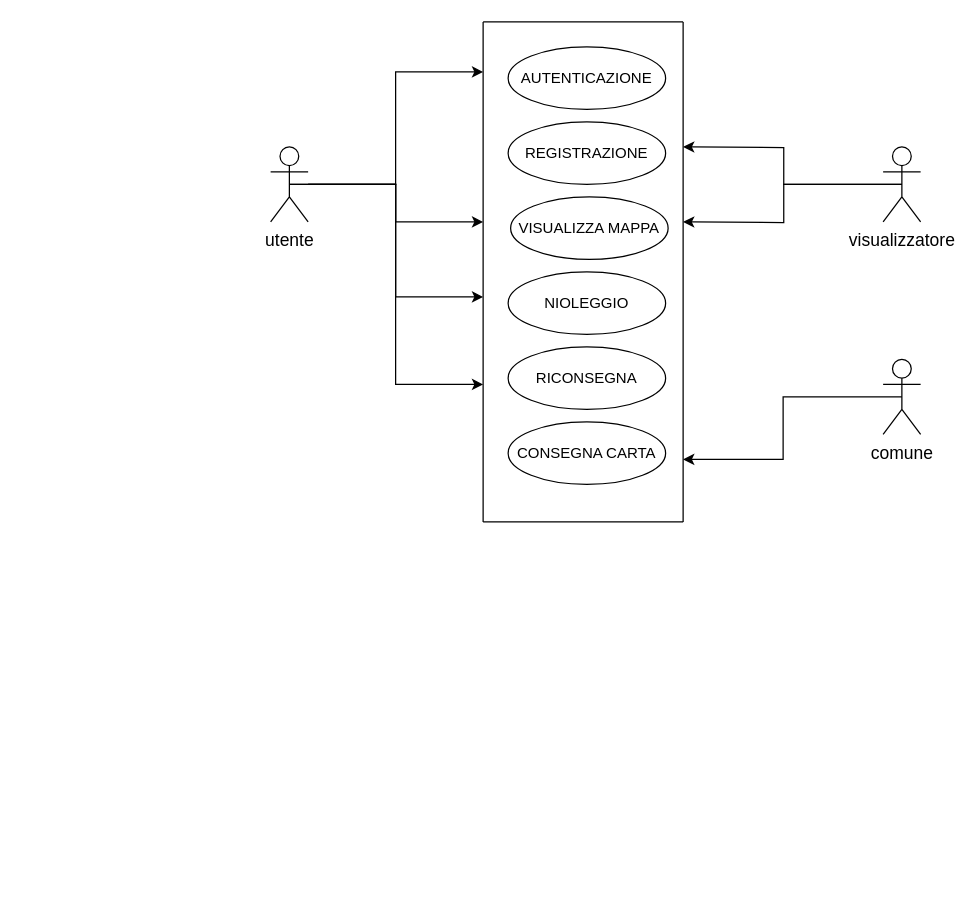
lucabertiato/SimulazioneEsameInfo keeps this draw.io diagram as use_case.drawio. Above is the earlier version. Source tidied: cells renumbered, new cells numbered last; positions are measured from the earlier drawing's top-left corner, leaving out a move shared by most shapes. Both pictures are drawn from the tidied source at 125%, with x=0, y=0 at pixel (270, 21).
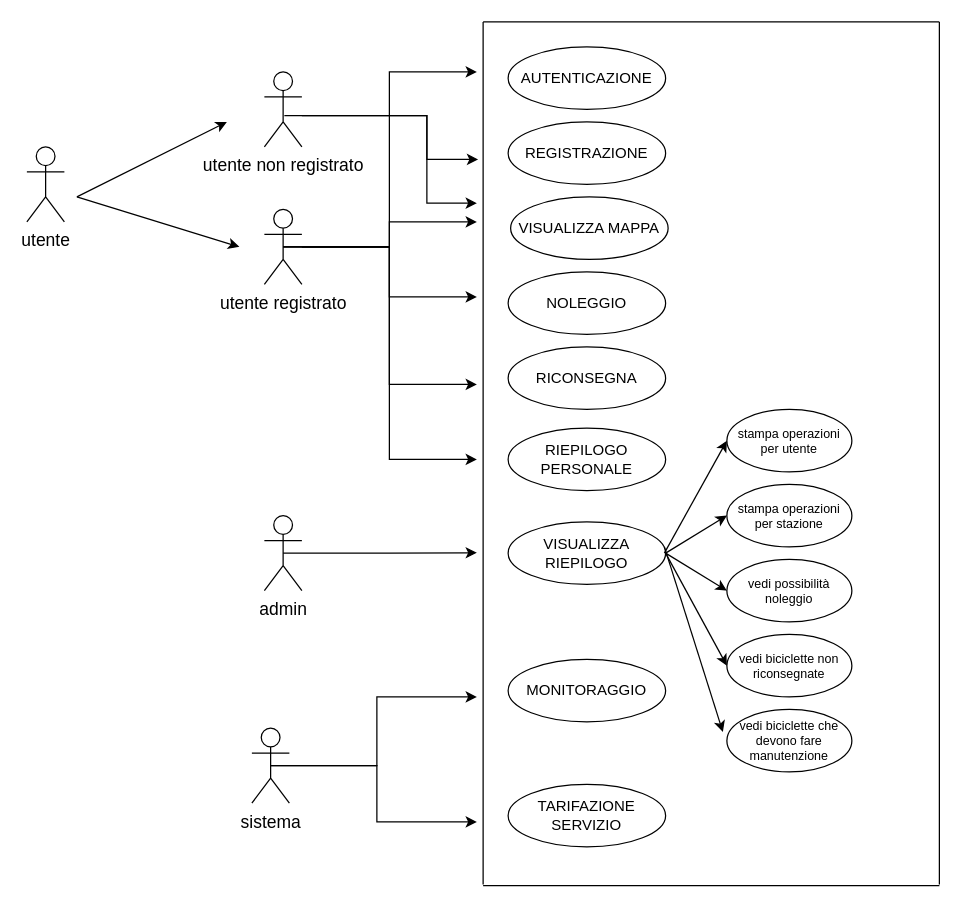
The same diagram, later.

Commit message (it also covers changes not shown here):
Aggiornamento casi d'uso

What changed in the source:
```diff
@@
-    <mxCell id="2" value="utente" style="shape=umlActor;verticalLabelPosition=bottom;verticalAlign=top;html=1;outlineConnect=0;fontSize=14;" parent="1" vertex="1">
-      <mxGeometry y="100" width="30" height="60" as="geometry" />
+    <mxCell id="2" value="utente registrato" style="shape=umlActor;verticalLabelPosition=bottom;verticalAlign=top;html=1;outlineConnect=0;fontSize=14;" parent="1" vertex="1">
+      <mxGeometry x="-5" y="150" width="30" height="60" as="geometry" />
     </mxCell>
-    <mxCell id="3" style="edgeStyle=orthogonalEdgeStyle;rounded=0;jettySize=auto;html=1;exitX=0.5;exitY=0.5;exitDx=0;exitDy=0;exitPerimeter=0;" parent="1" edge="1" source="5">
-      <mxGeometry relative="1" as="geometry">
-        <mxPoint x="330" y="100" as="targetPoint" />
-      </mxGeometry>
-    </mxCell>
-    <mxCell id="4" style="edgeStyle=orthogonalEdgeStyle;rounded=0;jettySize=auto;html=1;exitX=0.5;exitY=0.5;exitDx=0;exitDy=0;exitPerimeter=0;" parent="1" edge="1" source="5">
-      <mxGeometry relative="1" as="geometry">
-        <mxPoint x="330" y="160" as="targetPoint" />
-      </mxGeometry>
-    </mxCell>
-    <mxCell id="5" value="&lt;font style=&quot;font-size: 14px;&quot;&gt;visualizzatore&lt;/font&gt;&lt;div&gt;&lt;font style=&quot;font-size: 14px;&quot;&gt;&lt;br&gt;&lt;/font&gt;&lt;/div&gt;" style="shape=umlActor;verticalLabelPosition=bottom;verticalAlign=top;html=1;outlineConnect=0;" parent="1" vertex="1">
-      <mxGeometry x="490" y="100" width="30" height="60" as="geometry" />
+    <mxCell id="5" value="&lt;span style=&quot;font-size: 14px;&quot;&gt;utente non registrato&lt;/span&gt;" style="shape=umlActor;verticalLabelPosition=bottom;verticalAlign=top;html=1;outlineConnect=0;" parent="1" vertex="1">
+      <mxGeometry x="-5" y="40" width="30" height="60" as="geometry" />
     </mxCell>
@@
-    <mxCell id="8" value="CONSEGNA CARTA" style="ellipse;whiteSpace=wrap;html=1;" parent="1" vertex="1">
-      <mxGeometry x="190" y="320" width="126" height="50" as="geometry" />
+    <mxCell id="8" value="RIEPILOGO PERSONALE" style="ellipse;whiteSpace=wrap;html=1;" parent="1" vertex="1">
+      <mxGeometry x="190" y="325" width="126" height="50" as="geometry" />
     </mxCell>
-    <mxCell id="9" value="NIOLEGGIO" style="ellipse;whiteSpace=wrap;html=1;" parent="1" vertex="1">
+    <mxCell id="9" value="NOLEGGIO" style="ellipse;whiteSpace=wrap;html=1;" parent="1" vertex="1">
       <mxGeometry x="190" y="200" width="126" height="50" as="geometry" />
     </mxCell>
@@
     <mxCell id="12" style="endArrow=none;html=1;rounded=0;" parent="1" edge="1">
       <mxGeometry relative="1" as="geometry">
-        <mxPoint x="170" y="400" as="sourcePoint" />
+        <mxPoint x="170" y="690" as="sourcePoint" />
         <mxPoint x="170" as="targetPoint" />
       </mxGeometry>
     </mxCell>
     <mxCell id="13" style="endArrow=none;html=1;rounded=0;" parent="1" edge="1">
       <mxGeometry relative="1" as="geometry">
-        <mxPoint x="330" y="400" as="sourcePoint" />
-        <mxPoint x="330" as="targetPoint" />
+        <mxPoint x="535" y="690" as="sourcePoint" />
+        <mxPoint x="535" as="targetPoint" />
+        <Array as="points">
+          <mxPoint x="535" y="240" />
+        </Array>
       </mxGeometry>
     </mxCell>
     <mxCell id="14" style="endArrow=none;html=1;rounded=0;" parent="1" edge="1">
       <mxGeometry relative="1" as="geometry">
-        <mxPoint x="330" y="400" as="sourcePoint" />
-        <mxPoint x="170" y="400" as="targetPoint" />
+        <mxPoint x="535" y="691" as="sourcePoint" />
+        <mxPoint x="170" y="691" as="targetPoint" />
+        <Array as="points">
+          <mxPoint x="360" y="691" />
+        </Array>
       </mxGeometry>
     </mxCell>
     <mxCell id="15" style="endArrow=none;html=1;rounded=0;" parent="1" edge="1">
       <mxGeometry relative="1" as="geometry">
-        <mxPoint x="330" as="sourcePoint" />
+        <mxPoint x="535" as="sourcePoint" />
         <mxPoint x="170" as="targetPoint" />
       </mxGeometry>
     </mxCell>
-    <mxCell id="16" style="endArrow=classic;html=1;rounded=0;" parent="1" edge="1">
+    <mxCell id="16" style="endArrow=classic;html=1;rounded=0;exitX=0.5;exitY=0.5;exitDx=0;exitDy=0;exitPerimeter=0;" parent="1" edge="1" source="2">
       <mxGeometry relative="1" as="geometry">
-        <mxPoint x="15" y="130" as="sourcePoint" />
-        <mxPoint x="170" y="160" as="targetPoint" />
+        <mxPoint x="165" y="160" as="targetPoint" />
         <Array as="points">
-          <mxPoint x="100" y="130" />
-          <mxPoint x="100" y="160" />
+          <mxPoint x="95" y="180" />
+          <mxPoint x="95" y="160" />
         </Array>
       </mxGeometry>
     </mxCell>
     <mxCell id="17" style="endArrow=classic;html=1;rounded=0;" parent="1" edge="1" source="2">
       <mxGeometry relative="1" as="geometry">
-        <mxPoint x="170" y="40" as="targetPoint" />
+        <mxPoint x="165" y="40" as="targetPoint" />
         <Array as="points">
-          <mxPoint x="100" y="130" />
-          <mxPoint x="100" y="40" />
-          <mxPoint x="130" y="40" />
+          <mxPoint x="95" y="180" />
+          <mxPoint x="95" y="40" />
+          <mxPoint x="125" y="40" />
         </Array>
       </mxGeometry>
     </mxCell>
     <mxCell id="18" style="endArrow=classic;html=1;rounded=0;" parent="1" edge="1" source="2">
       <mxGeometry relative="1" as="geometry">
-        <mxPoint x="170" y="220" as="targetPoint" />
+        <mxPoint x="165" y="220" as="targetPoint" />
         <Array as="points">
-          <mxPoint x="100" y="130" />
-          <mxPoint x="100" y="220" />
-          <mxPoint x="130" y="220" />
+          <mxPoint x="95" y="180" />
+          <mxPoint x="95" y="220" />
+          <mxPoint x="125" y="220" />
         </Array>
       </mxGeometry>
     </mxCell>
     <mxCell id="19" style="endArrow=classic;html=1;rounded=0;exitX=0.5;exitY=0.5;exitDx=0;exitDy=0;exitPerimeter=0;" parent="1" edge="1" source="2">
       <mxGeometry relative="1" as="geometry">
-        <mxPoint x="170" y="290" as="targetPoint" />
+        <mxPoint x="165" y="290" as="targetPoint" />
         <Array as="points">
-          <mxPoint x="100" y="130" />
-          <mxPoint x="100" y="230" />
-          <mxPoint x="100" y="290" />
+          <mxPoint x="95" y="180" />
+          <mxPoint x="95" y="230" />
+          <mxPoint x="95" y="290" />
         </Array>
       </mxGeometry>
     </mxCell>
-    <mxCell id="20" value="&lt;span style=&quot;font-size: 14px;&quot;&gt;comune&lt;/span&gt;" style="shape=umlActor;verticalLabelPosition=bottom;verticalAlign=top;html=1;outlineConnect=0;" parent="1" vertex="1">
-      <mxGeometry x="490" y="270" width="30" height="60" as="geometry" />
+    <mxCell id="20" value="&lt;span style=&quot;font-size: 14px;&quot;&gt;sistema&lt;/span&gt;" style="shape=umlActor;verticalLabelPosition=bottom;verticalAlign=top;html=1;outlineConnect=0;" parent="1" vertex="1">
+      <mxGeometry x="-15" y="565" width="30" height="60" as="geometry" />
     </mxCell>
     <mxCell id="21" style="endArrow=classic;html=1;rounded=0;exitX=0.5;exitY=0.5;exitDx=0;exitDy=0;exitPerimeter=0;" parent="1" edge="1" source="20">
       <mxGeometry relative="1" as="geometry">
-        <mxPoint x="330" y="350" as="targetPoint" />
+        <mxPoint x="165" y="540" as="targetPoint" />
         <Array as="points">
-          <mxPoint x="410" y="300" />
-          <mxPoint x="410" y="350" />
+          <mxPoint x="85" y="595" />
+          <mxPoint x="85" y="540" />
         </Array>
       </mxGeometry>
     </mxCell>
+    <mxCell id="22" value="&lt;span style=&quot;font-size: 14px;&quot;&gt;utente&lt;/span&gt;" style="shape=umlActor;verticalLabelPosition=bottom;verticalAlign=top;html=1;" parent="1" vertex="1">
+      <mxGeometry x="-195" y="100" width="30" height="60" as="geometry" />
+    </mxCell>
+    <mxCell id="23" style="endArrow=classic;html=1;rounded=0;exitX=0.5;exitY=0.5;exitDx=0;exitDy=0;exitPerimeter=0;" parent="1" edge="1">
+      <mxGeometry relative="1" as="geometry">
+        <mxPoint x="11" y="75" as="sourcePoint" />
+        <mxPoint x="166" y="110" as="targetPoint" />
+        <Array as="points">
+          <mxPoint x="125" y="75" />
+          <mxPoint x="125" y="110" />
+        </Array>
+      </mxGeometry>
+    </mxCell>
+    <mxCell id="24" style="endArrow=classic;html=1;rounded=0;" parent="1" edge="1">
+      <mxGeometry relative="1" as="geometry">
+        <mxPoint x="25" y="75" as="sourcePoint" />
+        <mxPoint x="165" y="145" as="targetPoint" />
+        <Array as="points">
+          <mxPoint x="125" y="75" />
+          <mxPoint x="125" y="145" />
+        </Array>
+      </mxGeometry>
+    </mxCell>
+    <mxCell id="25" style="endArrow=classic;html=1;rounded=0;" parent="1" edge="1">
+      <mxGeometry relative="1" as="geometry">
+        <mxPoint x="-155" y="140" as="sourcePoint" />
+        <mxPoint x="-35" y="80" as="targetPoint" />
+      </mxGeometry>
+    </mxCell>
+    <mxCell id="26" style="endArrow=classic;html=1;rounded=0;" parent="1" edge="1">
+      <mxGeometry relative="1" as="geometry">
+        <mxPoint x="-155" y="140" as="sourcePoint" />
+        <mxPoint x="-25" y="180" as="targetPoint" />
+      </mxGeometry>
+    </mxCell>
+    <mxCell id="27" style="edgeStyle=orthogonalEdgeStyle;rounded=0;jettySize=auto;html=1;exitX=0.5;exitY=0.5;exitDx=0;exitDy=0;exitPerimeter=0;" parent="1" edge="1" source="28">
+      <mxGeometry relative="1" as="geometry">
+        <mxPoint x="165" y="424.7" as="targetPoint" />
+      </mxGeometry>
+    </mxCell>
+    <mxCell id="28" value="&lt;span style=&quot;font-size: 14px;&quot;&gt;admin&lt;/span&gt;&lt;div&gt;&lt;span style=&quot;font-size: 14px;&quot;&gt;&lt;br&gt;&lt;/span&gt;&lt;/div&gt;" style="shape=umlActor;verticalLabelPosition=bottom;verticalAlign=top;html=1;outlineConnect=0;" parent="1" vertex="1">
+      <mxGeometry x="-5" y="395" width="30" height="60" as="geometry" />
+    </mxCell>
+    <mxCell id="29" value="MONITORAGGIO" style="ellipse;whiteSpace=wrap;html=1;" parent="1" vertex="1">
+      <mxGeometry x="190" y="510" width="126" height="50" as="geometry" />
+    </mxCell>
+    <mxCell id="30" value="VISUALIZZA RIEPILOGO" style="ellipse;whiteSpace=wrap;html=1;" parent="1" vertex="1">
+      <mxGeometry x="190" y="400" width="126" height="50" as="geometry" />
+    </mxCell>
+    <mxCell id="31" value="stampa operazioni per utente" style="ellipse;whiteSpace=wrap;html=1;fontSize=10;" parent="1" vertex="1">
+      <mxGeometry x="365" y="310" width="100" height="50" as="geometry" />
+    </mxCell>
+    <mxCell id="32" value="stampa operazioni per stazione" style="ellipse;whiteSpace=wrap;html=1;fontSize=10;" parent="1" vertex="1">
+      <mxGeometry x="365" y="370" width="100" height="50" as="geometry" />
+    </mxCell>
+    <mxCell id="33" value="vedi possibilità noleggio" style="ellipse;whiteSpace=wrap;html=1;fontSize=10;" parent="1" vertex="1">
+      <mxGeometry x="365" y="430" width="100" height="50" as="geometry" />
+    </mxCell>
+    <mxCell id="34" value="vedi biciclette non riconsegnate" style="ellipse;whiteSpace=wrap;html=1;fontSize=10;" parent="1" vertex="1">
+      <mxGeometry x="365" y="490" width="100" height="50" as="geometry" />
+    </mxCell>
+    <mxCell id="35" style="endArrow=classic;html=1;rounded=0;entryX=0;entryY=0.5;entryDx=0;entryDy=0;" parent="1" edge="1" target="31">
+      <mxGeometry relative="1" as="geometry">
+        <mxPoint x="315" y="425" as="sourcePoint" />
+      </mxGeometry>
+    </mxCell>
+    <mxCell id="36" style="endArrow=classic;html=1;rounded=0;entryX=0;entryY=0.5;entryDx=0;entryDy=0;exitX=1;exitY=0.5;exitDx=0;exitDy=0;" parent="1" edge="1" source="30" target="32">
+      <mxGeometry relative="1" as="geometry" />
+    </mxCell>
+    <mxCell id="37" style="endArrow=classic;html=1;rounded=0;entryX=0;entryY=0.5;entryDx=0;entryDy=0;exitX=1;exitY=0.5;exitDx=0;exitDy=0;" parent="1" edge="1" source="30" target="33">
+      <mxGeometry relative="1" as="geometry" />
+    </mxCell>
+    <mxCell id="38" style="endArrow=classic;html=1;rounded=0;entryX=0;entryY=0.5;entryDx=0;entryDy=0;exitX=1;exitY=0.5;exitDx=0;exitDy=0;" parent="1" edge="1" source="30" target="34">
+      <mxGeometry relative="1" as="geometry" />
+    </mxCell>
+    <mxCell id="39" value="vedi biciclette che devono fare manutenzione" style="ellipse;whiteSpace=wrap;html=1;fontSize=10;" parent="1" vertex="1">
+      <mxGeometry x="365" y="550" width="100" height="50" as="geometry" />
+    </mxCell>
+    <mxCell id="40" style="endArrow=classic;html=1;rounded=0;entryX=-0.032;entryY=0.362;entryDx=0;entryDy=0;entryPerimeter=0;" parent="1" edge="1" target="39">
+      <mxGeometry relative="1" as="geometry">
+        <mxPoint x="315" y="420" as="sourcePoint" />
+      </mxGeometry>
+    </mxCell>
+    <mxCell id="41" style="endArrow=classic;html=1;rounded=0;exitX=0.5;exitY=0.5;exitDx=0;exitDy=0;exitPerimeter=0;" parent="1" edge="1" source="2">
+      <mxGeometry relative="1" as="geometry">
+        <mxPoint x="165" y="350" as="targetPoint" />
+        <Array as="points">
+          <mxPoint x="95" y="180" />
+          <mxPoint x="95" y="240" />
+          <mxPoint x="95" y="350" />
+        </Array>
+      </mxGeometry>
+    </mxCell>
+    <mxCell id="42" value="TARIFAZIONE SERVIZIO" style="ellipse;whiteSpace=wrap;html=1;" parent="1" vertex="1">
+      <mxGeometry x="190" y="610" width="126" height="50" as="geometry" />
+    </mxCell>
+    <mxCell id="43" style="endArrow=classic;html=1;rounded=0;exitX=0.5;exitY=0.5;exitDx=0;exitDy=0;exitPerimeter=0;" parent="1" edge="1" source="20">
+      <mxGeometry relative="1" as="geometry">
+        <mxPoint x="165" y="640" as="targetPoint" />
+        <Array as="points">
+          <mxPoint x="85" y="595" />
+          <mxPoint x="85" y="640" />
+        </Array>
+      </mxGeometry>
+    </mxCell>
```
